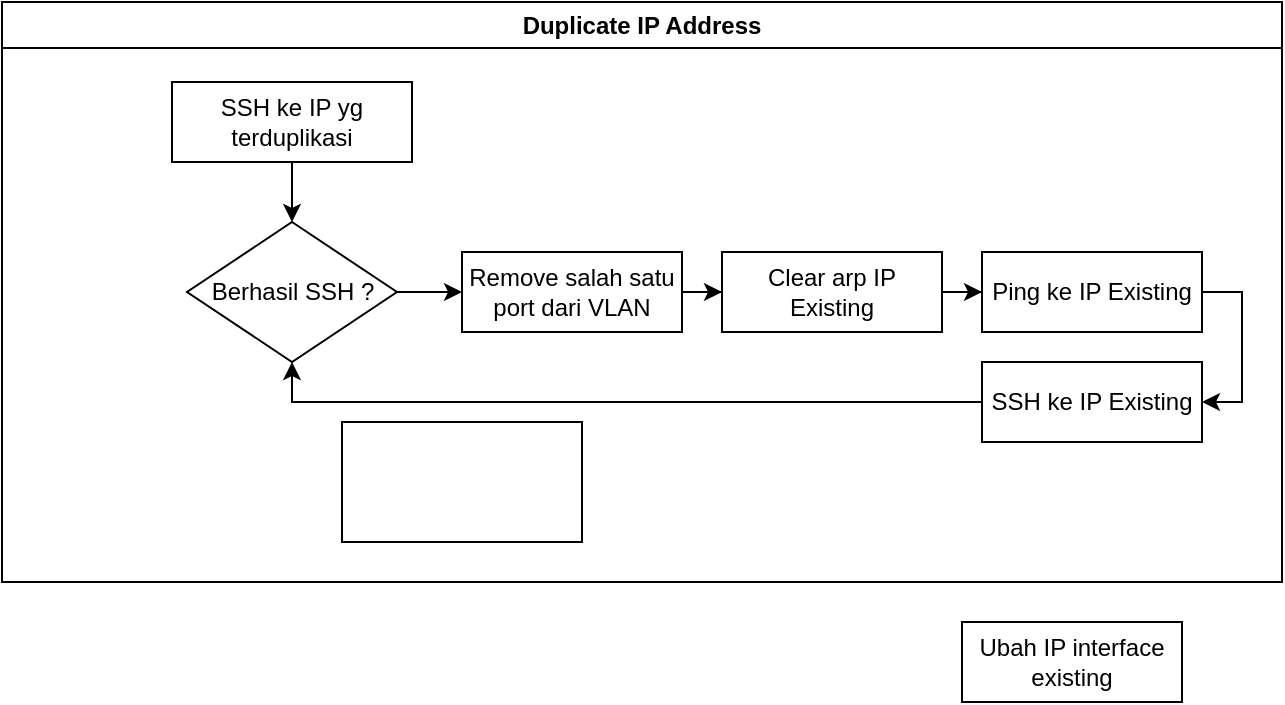
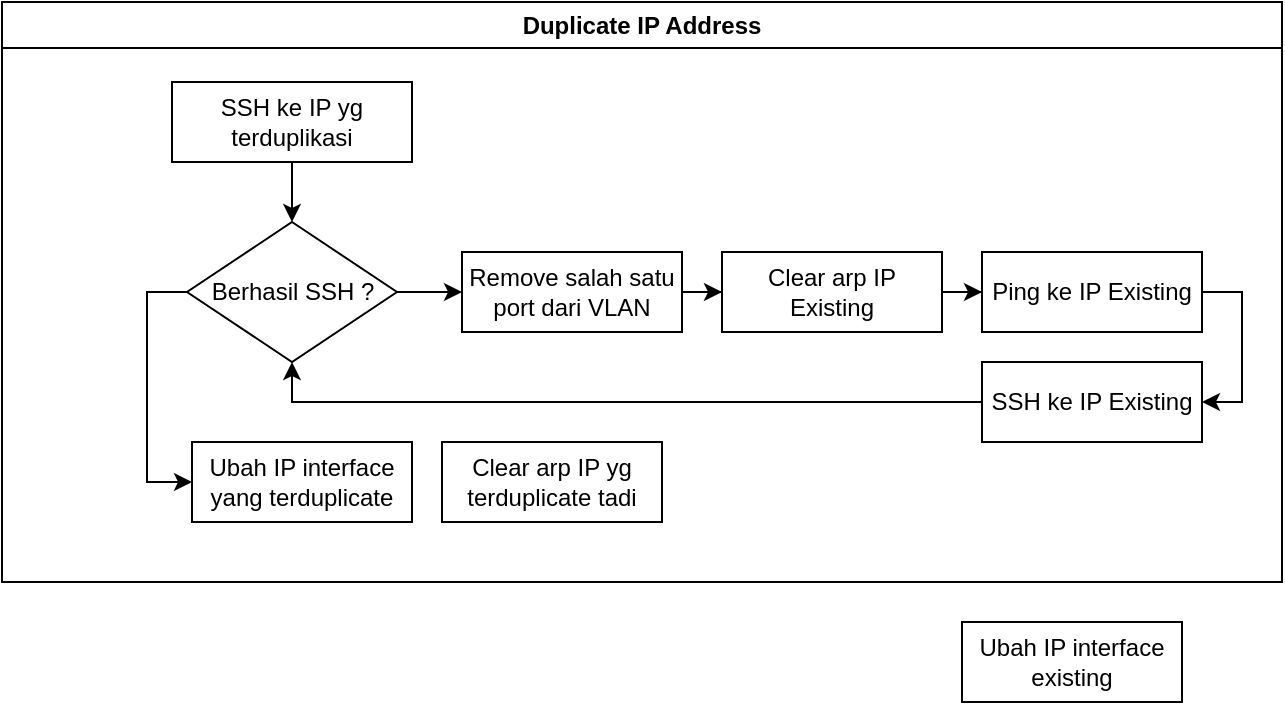
<mxfile host="app.diagrams.net" pages="2">
-   <diagram id="IqfTy9Qa5XRMRrwgn1kL" name="Page-2">
+   <diagram id="IqfTy9Qa5XRMRrwgn1kL" name="Duplicate IP">
    <mxGraphModel dx="363" dy="453" grid="1" gridSize="10" guides="1" tooltips="1" connect="1" arrows="1" fold="1" page="1" pageScale="1" pageWidth="850" pageHeight="1100" math="0" shadow="0">
      <root>
        <mxCell id="0" />
        <mxCell id="1" parent="0" />
        <mxCell id="Bbwd89mPKZ276QW8u6vw-1" parent="1" style="swimlane;whiteSpace=wrap;html=1;" value="Duplicate IP Address" vertex="1">
          <mxGeometry height="290" width="640" x="450" y="30" as="geometry" />
        </mxCell>
        <mxCell id="Bbwd89mPKZ276QW8u6vw-9" edge="1" parent="Bbwd89mPKZ276QW8u6vw-1" source="Bbwd89mPKZ276QW8u6vw-3" style="edgeStyle=orthogonalEdgeStyle;rounded=0;orthogonalLoop=1;jettySize=auto;html=1;" target="Bbwd89mPKZ276QW8u6vw-6" value="">
          <mxGeometry relative="1" as="geometry" />
        </mxCell>
        <mxCell id="Bbwd89mPKZ276QW8u6vw-3" parent="Bbwd89mPKZ276QW8u6vw-1" style="rounded=0;whiteSpace=wrap;html=1;" value="SSH ke IP yg terduplikasi" vertex="1">
          <mxGeometry height="40" width="120" x="85" y="40" as="geometry" />
        </mxCell>
        <mxCell id="Bbwd89mPKZ276QW8u6vw-8" edge="1" parent="Bbwd89mPKZ276QW8u6vw-1" source="Bbwd89mPKZ276QW8u6vw-6" style="edgeStyle=orthogonalEdgeStyle;rounded=0;orthogonalLoop=1;jettySize=auto;html=1;" target="Bbwd89mPKZ276QW8u6vw-7" value="">
          <mxGeometry relative="1" as="geometry" />
        </mxCell>
+         <mxCell id="Bbwd89mPKZ276QW8u6vw-24" edge="1" parent="Bbwd89mPKZ276QW8u6vw-1" source="Bbwd89mPKZ276QW8u6vw-6" style="edgeStyle=orthogonalEdgeStyle;rounded=0;orthogonalLoop=1;jettySize=auto;html=1;exitX=0;exitY=0.5;exitDx=0;exitDy=0;entryX=0;entryY=0.5;entryDx=0;entryDy=0;" target="Bbwd89mPKZ276QW8u6vw-23">
+           <mxGeometry relative="1" as="geometry" />
+         </mxCell>
        <mxCell id="Bbwd89mPKZ276QW8u6vw-6" parent="Bbwd89mPKZ276QW8u6vw-1" style="rhombus;whiteSpace=wrap;html=1;" value="Berhasil SSH ?" vertex="1">
          <mxGeometry height="70" width="105" x="92.5" y="110" as="geometry" />
        </mxCell>
        <mxCell id="Bbwd89mPKZ276QW8u6vw-13" edge="1" parent="Bbwd89mPKZ276QW8u6vw-1" source="Bbwd89mPKZ276QW8u6vw-7" style="edgeStyle=orthogonalEdgeStyle;rounded=0;orthogonalLoop=1;jettySize=auto;html=1;" target="Bbwd89mPKZ276QW8u6vw-11" value="">
          <mxGeometry relative="1" as="geometry" />
        </mxCell>
        <mxCell id="Bbwd89mPKZ276QW8u6vw-7" parent="Bbwd89mPKZ276QW8u6vw-1" style="rounded=0;whiteSpace=wrap;html=1;" value="Remove salah satu port dari VLAN" vertex="1">
          <mxGeometry height="40" width="110" x="230" y="125" as="geometry" />
        </mxCell>
        <mxCell id="Bbwd89mPKZ276QW8u6vw-11" parent="Bbwd89mPKZ276QW8u6vw-1" style="rounded=0;whiteSpace=wrap;html=1;" value="Clear arp IP Existing" vertex="1">
          <mxGeometry height="40" width="110" x="360" y="125" as="geometry" />
        </mxCell>
        <mxCell id="Bbwd89mPKZ276QW8u6vw-21" edge="1" parent="Bbwd89mPKZ276QW8u6vw-1" source="Bbwd89mPKZ276QW8u6vw-15" style="edgeStyle=orthogonalEdgeStyle;rounded=0;orthogonalLoop=1;jettySize=auto;html=1;exitX=0;exitY=0.5;exitDx=0;exitDy=0;entryX=0.5;entryY=1;entryDx=0;entryDy=0;" target="Bbwd89mPKZ276QW8u6vw-6">
          <mxGeometry relative="1" as="geometry" />
        </mxCell>
        <mxCell id="Bbwd89mPKZ276QW8u6vw-15" parent="Bbwd89mPKZ276QW8u6vw-1" style="rounded=0;whiteSpace=wrap;html=1;" value="SSH ke IP Existing" vertex="1">
          <mxGeometry height="40" width="110" x="490" y="180" as="geometry" />
        </mxCell>
-         <mxCell id="Bbwd89mPKZ276QW8u6vw-22" parent="Bbwd89mPKZ276QW8u6vw-1" style="rounded=0;whiteSpace=wrap;html=1;" value="" vertex="1">
-           <mxGeometry height="60" width="120" x="170" y="210" as="geometry" />
+         <mxCell id="Bbwd89mPKZ276QW8u6vw-23" parent="Bbwd89mPKZ276QW8u6vw-1" style="rounded=0;whiteSpace=wrap;html=1;" value="Ubah IP interface yang terduplicate" vertex="1">
+           <mxGeometry height="40" width="110" x="95" y="220" as="geometry" />
+         </mxCell>
+         <mxCell id="Bbwd89mPKZ276QW8u6vw-26" parent="Bbwd89mPKZ276QW8u6vw-1" style="rounded=0;whiteSpace=wrap;html=1;" value="Clear arp IP yg terduplicate tadi" vertex="1">
+           <mxGeometry height="40" width="110" x="220" y="220" as="geometry" />
        </mxCell>
        <mxCell id="Bbwd89mPKZ276QW8u6vw-19" edge="1" parent="1" source="Bbwd89mPKZ276QW8u6vw-12" style="edgeStyle=orthogonalEdgeStyle;rounded=0;orthogonalLoop=1;jettySize=auto;html=1;exitX=1;exitY=0.5;exitDx=0;exitDy=0;entryX=1;entryY=0.5;entryDx=0;entryDy=0;" target="Bbwd89mPKZ276QW8u6vw-15">
          <mxGeometry relative="1" as="geometry" />
        </mxCell>
        <mxCell id="Bbwd89mPKZ276QW8u6vw-12" parent="1" style="rounded=0;whiteSpace=wrap;html=1;" value="Ping ke IP Existing" vertex="1">
          <mxGeometry height="40" width="110" x="940" y="155" as="geometry" />
        </mxCell>
        <mxCell id="Bbwd89mPKZ276QW8u6vw-14" edge="1" parent="1" source="Bbwd89mPKZ276QW8u6vw-11" style="edgeStyle=orthogonalEdgeStyle;rounded=0;orthogonalLoop=1;jettySize=auto;html=1;" target="Bbwd89mPKZ276QW8u6vw-12" value="">
          <mxGeometry relative="1" as="geometry" />
        </mxCell>
        <mxCell id="Bbwd89mPKZ276QW8u6vw-18" parent="1" style="rounded=0;whiteSpace=wrap;html=1;" value="Ubah IP interface existing" vertex="1">
          <mxGeometry height="40" width="110" x="930" y="340" as="geometry" />
        </mxCell>
      </root>
    </mxGraphModel>
  </diagram>
-   <diagram name="Page-1" id="9vhfLtuUu_MpJ2AiOVXD">
-     <mxGraphModel dx="1190" dy="906" grid="1" gridSize="10" guides="1" tooltips="1" connect="1" arrows="1" fold="1" page="1" pageScale="1" pageWidth="850" pageHeight="1100" math="0" shadow="0">
+   <diagram name="Checklink Problem" id="9vhfLtuUu_MpJ2AiOVXD">
+     <mxGraphModel dx="726" dy="906" grid="1" gridSize="10" guides="1" tooltips="1" connect="1" arrows="1" fold="1" page="1" pageScale="1" pageWidth="850" pageHeight="1100" math="0" shadow="0">
      <root>
        <mxCell id="0" />
        <mxCell id="1" parent="0" />
        <mxCell id="pEuGeytKHn6pjW4NDgE5-2" parent="1" style="swimlane;whiteSpace=wrap;html=1;" value="Checklink Problem" vertex="1">
          <mxGeometry height="350" width="540" x="10" y="10" as="geometry" />
        </mxCell>
        <mxCell id="P1elN6ceBegf7L-zKAY9-7" edge="1" parent="pEuGeytKHn6pjW4NDgE5-2" source="P1elN6ceBegf7L-zKAY9-3" style="edgeStyle=orthogonalEdgeStyle;rounded=0;orthogonalLoop=1;jettySize=auto;html=1;exitX=0.5;exitY=1;exitDx=0;exitDy=0;entryX=0.5;entryY=0;entryDx=0;entryDy=0;" target="P1elN6ceBegf7L-zKAY9-6">
          <mxGeometry relative="1" as="geometry" />
        </mxCell>
        <mxCell id="P1elN6ceBegf7L-zKAY9-3" parent="pEuGeytKHn6pjW4NDgE5-2" style="ellipse;whiteSpace=wrap;html=1;" value="Link Intermitten" vertex="1">
          <mxGeometry height="40" width="120" x="210" y="40" as="geometry" />
        </mxCell>
        <mxCell id="v4keN2X_tolYOajlrL1v-25" edge="1" parent="pEuGeytKHn6pjW4NDgE5-2" source="P1elN6ceBegf7L-zKAY9-6" style="edgeStyle=orthogonalEdgeStyle;rounded=0;orthogonalLoop=1;jettySize=auto;html=1;exitX=0.5;exitY=1;exitDx=0;exitDy=0;entryX=0.5;entryY=0;entryDx=0;entryDy=0;" target="v4keN2X_tolYOajlrL1v-22">
          <mxGeometry relative="1" as="geometry" />
        </mxCell>
        <mxCell id="v4keN2X_tolYOajlrL1v-26" edge="1" parent="pEuGeytKHn6pjW4NDgE5-2" source="P1elN6ceBegf7L-zKAY9-6" style="edgeStyle=orthogonalEdgeStyle;rounded=0;orthogonalLoop=1;jettySize=auto;html=1;exitX=0.5;exitY=1;exitDx=0;exitDy=0;entryX=0.5;entryY=0;entryDx=0;entryDy=0;" target="v4keN2X_tolYOajlrL1v-23">
          <mxGeometry relative="1" as="geometry" />
        </mxCell>
        <mxCell id="v4keN2X_tolYOajlrL1v-27" edge="1" parent="pEuGeytKHn6pjW4NDgE5-2" source="P1elN6ceBegf7L-zKAY9-6" style="edgeStyle=orthogonalEdgeStyle;rounded=0;orthogonalLoop=1;jettySize=auto;html=1;exitX=0.5;exitY=1;exitDx=0;exitDy=0;" target="v4keN2X_tolYOajlrL1v-24">
          <mxGeometry relative="1" as="geometry" />
        </mxCell>
        <mxCell id="P1elN6ceBegf7L-zKAY9-6" parent="pEuGeytKHn6pjW4NDgE5-2" style="rhombus;whiteSpace=wrap;html=1;" value="Jenis router cabang ?" vertex="1">
          <mxGeometry height="60" width="165" x="187.5" y="120" as="geometry" />
        </mxCell>
        <mxCell id="v4keN2X_tolYOajlrL1v-22" parent="pEuGeytKHn6pjW4NDgE5-2" style="shape=process;whiteSpace=wrap;html=1;backgroundOutline=1;" value="WAN Conventional" vertex="1">
          <mxGeometry height="60" width="120" x="52" y="240" as="geometry" />
        </mxCell>
        <mxCell id="v4keN2X_tolYOajlrL1v-23" parent="pEuGeytKHn6pjW4NDgE5-2" style="shape=process;whiteSpace=wrap;html=1;backgroundOutline=1;" value="SDWAN Cisco" vertex="1">
          <mxGeometry height="60" width="120" x="209.5" y="240" as="geometry" />
        </mxCell>
        <mxCell id="v4keN2X_tolYOajlrL1v-24" parent="pEuGeytKHn6pjW4NDgE5-2" style="shape=process;whiteSpace=wrap;html=1;backgroundOutline=1;" value="SDWAN Fortinet" vertex="1">
          <mxGeometry height="60" width="120" x="363" y="240" as="geometry" />
        </mxCell>
        <mxCell id="TYqNpPFM6TGwHHhuPpuI-11" parent="1" style="swimlane;whiteSpace=wrap;html=1;" value="WAN Conventional" vertex="1">
          <mxGeometry height="600" width="1250" x="670" y="90" as="geometry" />
        </mxCell>
        <mxCell id="v4keN2X_tolYOajlrL1v-10" edge="1" parent="TYqNpPFM6TGwHHhuPpuI-11" source="TYqNpPFM6TGwHHhuPpuI-12" style="edgeStyle=orthogonalEdgeStyle;rounded=0;orthogonalLoop=1;jettySize=auto;html=1;exitX=0.5;exitY=1;exitDx=0;exitDy=0;entryX=0.5;entryY=0;entryDx=0;entryDy=0;" target="v4keN2X_tolYOajlrL1v-9">
          <mxGeometry relative="1" as="geometry" />
        </mxCell>
        <mxCell id="TYqNpPFM6TGwHHhuPpuI-12" parent="TYqNpPFM6TGwHHhuPpuI-11" style="rounded=0;whiteSpace=wrap;html=1;" value="Login ke perangkat cabang" vertex="1">
          <mxGeometry height="40" width="120" x="220" y="40" as="geometry" />
        </mxCell>
        <mxCell id="v4keN2X_tolYOajlrL1v-7" edge="1" parent="TYqNpPFM6TGwHHhuPpuI-11" source="v4keN2X_tolYOajlrL1v-5" style="edgeStyle=orthogonalEdgeStyle;rounded=0;orthogonalLoop=1;jettySize=auto;html=1;exitX=0.5;exitY=1;exitDx=0;exitDy=0;" target="pmmJg_nAHrXnhT2FHE6J-1">
          <mxGeometry relative="1" as="geometry" />
        </mxCell>
        <mxCell id="v4keN2X_tolYOajlrL1v-5" parent="TYqNpPFM6TGwHHhuPpuI-11" style="rounded=0;whiteSpace=wrap;html=1;" value="Identifikasi jenis koneksi WAN" vertex="1">
          <mxGeometry height="40" width="120" x="220" y="300" as="geometry" />
        </mxCell>
        <mxCell id="v4keN2X_tolYOajlrL1v-15" edge="1" parent="TYqNpPFM6TGwHHhuPpuI-11" source="pmmJg_nAHrXnhT2FHE6J-1" style="edgeStyle=orthogonalEdgeStyle;rounded=0;orthogonalLoop=1;jettySize=auto;html=1;exitX=1;exitY=0.5;exitDx=0;exitDy=0;entryX=0;entryY=0.5;entryDx=0;entryDy=0;" target="v4keN2X_tolYOajlrL1v-14">
          <mxGeometry relative="1" as="geometry" />
        </mxCell>
        <mxCell id="pmmJg_nAHrXnhT2FHE6J-1" parent="TYqNpPFM6TGwHHhuPpuI-11" style="rhombus;whiteSpace=wrap;html=1;" value="MPLS/Metro-E ?" vertex="1">
          <mxGeometry height="80" width="110" x="225" y="370" as="geometry" />
        </mxCell>
        <mxCell id="v4keN2X_tolYOajlrL1v-11" edge="1" parent="TYqNpPFM6TGwHHhuPpuI-11" source="v4keN2X_tolYOajlrL1v-9" style="edgeStyle=orthogonalEdgeStyle;rounded=0;orthogonalLoop=1;jettySize=auto;html=1;exitX=0.5;exitY=1;exitDx=0;exitDy=0;entryX=0.5;entryY=0;entryDx=0;entryDy=0;" target="TYqNpPFM6TGwHHhuPpuI-13">
          <mxGeometry relative="1" as="geometry" />
        </mxCell>
        <mxCell id="v4keN2X_tolYOajlrL1v-9" parent="TYqNpPFM6TGwHHhuPpuI-11" style="rounded=0;whiteSpace=wrap;html=1;" value="Cek BGP Summary" vertex="1">
          <mxGeometry height="40" width="120" x="220" y="110" as="geometry" />
        </mxCell>
        <mxCell id="v4keN2X_tolYOajlrL1v-12" edge="1" parent="TYqNpPFM6TGwHHhuPpuI-11" source="TYqNpPFM6TGwHHhuPpuI-13" style="edgeStyle=orthogonalEdgeStyle;rounded=0;orthogonalLoop=1;jettySize=auto;html=1;exitX=0.5;exitY=1;exitDx=0;exitDy=0;entryX=0.5;entryY=0;entryDx=0;entryDy=0;" target="v4keN2X_tolYOajlrL1v-5">
          <mxGeometry relative="1" as="geometry" />
        </mxCell>
        <mxCell id="TYqNpPFM6TGwHHhuPpuI-13" parent="TYqNpPFM6TGwHHhuPpuI-11" style="rhombus;whiteSpace=wrap;html=1;" value="BGP Summary lengkap ?" vertex="1">
          <mxGeometry height="90" width="120" x="220" y="180" as="geometry" />
        </mxCell>
        <mxCell id="v4keN2X_tolYOajlrL1v-4" edge="1" parent="TYqNpPFM6TGwHHhuPpuI-11" style="edgeStyle=orthogonalEdgeStyle;rounded=0;orthogonalLoop=1;jettySize=auto;html=1;" target="v4keN2X_tolYOajlrL1v-3" value="">
          <mxGeometry relative="1" as="geometry">
            <mxPoint x="560" y="320" as="sourcePoint" />
          </mxGeometry>
        </mxCell>
        <mxCell id="v4keN2X_tolYOajlrL1v-17" edge="1" parent="TYqNpPFM6TGwHHhuPpuI-11" source="v4keN2X_tolYOajlrL1v-14" style="edgeStyle=orthogonalEdgeStyle;rounded=0;orthogonalLoop=1;jettySize=auto;html=1;exitX=1;exitY=0.5;exitDx=0;exitDy=0;entryX=0;entryY=0.5;entryDx=0;entryDy=0;" target="v4keN2X_tolYOajlrL1v-16">
          <mxGeometry relative="1" as="geometry" />
        </mxCell>
        <mxCell id="v4keN2X_tolYOajlrL1v-14" parent="TYqNpPFM6TGwHHhuPpuI-11" style="rounded=0;whiteSpace=wrap;html=1;" value="Cek konfigurasi BGP" vertex="1">
          <mxGeometry height="40" width="120" x="370" y="390" as="geometry" />
        </mxCell>
        <mxCell id="v4keN2X_tolYOajlrL1v-20" edge="1" parent="TYqNpPFM6TGwHHhuPpuI-11" source="v4keN2X_tolYOajlrL1v-16" style="edgeStyle=orthogonalEdgeStyle;rounded=0;orthogonalLoop=1;jettySize=auto;html=1;exitX=0.5;exitY=1;exitDx=0;exitDy=0;entryX=0.5;entryY=0;entryDx=0;entryDy=0;" target="v4keN2X_tolYOajlrL1v-19">
          <mxGeometry relative="1" as="geometry" />
        </mxCell>
        <mxCell id="v4keN2X_tolYOajlrL1v-16" parent="TYqNpPFM6TGwHHhuPpuI-11" style="rhombus;whiteSpace=wrap;html=1;" value="IP Underlay, Overlay, &amp;amp; Router neighbor ada ?&amp;nbsp;" vertex="1">
          <mxGeometry height="80" width="110" x="530" y="370" as="geometry" />
        </mxCell>
        <mxCell id="v4keN2X_tolYOajlrL1v-19" parent="TYqNpPFM6TGwHHhuPpuI-11" style="rounded=0;whiteSpace=wrap;html=1;" value="Daftarkan neighbor yg belum ada" vertex="1">
          <mxGeometry height="40" width="120" x="525" y="470" as="geometry" />
        </mxCell>
        <mxCell id="TYqNpPFM6TGwHHhuPpuI-65" parent="1" style="swimlane;whiteSpace=wrap;html=1;" value="Pengecekan Sisi Cabang" vertex="1">
          <mxGeometry height="560" width="540" x="10" y="420" as="geometry" />
        </mxCell>
        <mxCell id="fYS8cTILx4h1H9qz6oxb-3" edge="1" parent="TYqNpPFM6TGwHHhuPpuI-65" source="fYS8cTILx4h1H9qz6oxb-1" style="edgeStyle=orthogonalEdgeStyle;rounded=0;orthogonalLoop=1;jettySize=auto;html=1;" target="fYS8cTILx4h1H9qz6oxb-2" value="">
          <mxGeometry relative="1" as="geometry" />
        </mxCell>
        <mxCell id="fYS8cTILx4h1H9qz6oxb-1" parent="TYqNpPFM6TGwHHhuPpuI-65" style="rounded=0;whiteSpace=wrap;html=1;" value="Pemeriksaan layer 1" vertex="1">
          <mxGeometry height="30" width="120" x="210" y="40" as="geometry" />
        </mxCell>
        <mxCell id="fYS8cTILx4h1H9qz6oxb-5" edge="1" parent="TYqNpPFM6TGwHHhuPpuI-65" source="fYS8cTILx4h1H9qz6oxb-2" style="edgeStyle=orthogonalEdgeStyle;rounded=0;orthogonalLoop=1;jettySize=auto;html=1;" target="fYS8cTILx4h1H9qz6oxb-4" value="">
          <mxGeometry relative="1" as="geometry" />
        </mxCell>
        <mxCell id="fYS8cTILx4h1H9qz6oxb-7" edge="1" parent="TYqNpPFM6TGwHHhuPpuI-65" source="fYS8cTILx4h1H9qz6oxb-2" style="edgeStyle=orthogonalEdgeStyle;rounded=0;orthogonalLoop=1;jettySize=auto;html=1;" target="fYS8cTILx4h1H9qz6oxb-6" value="">
          <mxGeometry relative="1" as="geometry" />
        </mxCell>
        <mxCell id="fYS8cTILx4h1H9qz6oxb-2" parent="TYqNpPFM6TGwHHhuPpuI-65" style="rhombus;whiteSpace=wrap;html=1;" value="Angka statistik interface tinggi ?" vertex="1">
          <mxGeometry height="90" width="120" x="210" y="110" as="geometry" />
        </mxCell>
        <mxCell id="fYS8cTILx4h1H9qz6oxb-4" parent="TYqNpPFM6TGwHHhuPpuI-65" style="rounded=0;whiteSpace=wrap;html=1;" value="Hubungi SOW untuk pengecekan kabel fisik" vertex="1">
          <mxGeometry height="45" width="120" x="380" y="132.5" as="geometry" />
        </mxCell>
        <mxCell id="fYS8cTILx4h1H9qz6oxb-6" parent="TYqNpPFM6TGwHHhuPpuI-65" style="rounded=0;whiteSpace=wrap;html=1;" value="Pemeriksaan layer 2" vertex="1">
          <mxGeometry height="30" width="120" x="210" y="230" as="geometry" />
        </mxCell>
        <mxCell id="fYS8cTILx4h1H9qz6oxb-8" parent="TYqNpPFM6TGwHHhuPpuI-65" style="rounded=0;whiteSpace=wrap;html=1;" value="Pemeriksaan layer 3" vertex="1">
          <mxGeometry height="30" width="120" x="210" y="310" as="geometry" />
        </mxCell>
        <mxCell id="fYS8cTILx4h1H9qz6oxb-11" parent="TYqNpPFM6TGwHHhuPpuI-65" style="rounded=0;whiteSpace=wrap;html=1;" value="Ubah ip sesuai data tabel" vertex="1">
          <mxGeometry height="30" width="120" x="380" y="395" as="geometry" />
        </mxCell>
        <mxCell id="fYS8cTILx4h1H9qz6oxb-12" edge="1" parent="TYqNpPFM6TGwHHhuPpuI-65" source="fYS8cTILx4h1H9qz6oxb-9" style="edgeStyle=orthogonalEdgeStyle;rounded=0;orthogonalLoop=1;jettySize=auto;html=1;" target="fYS8cTILx4h1H9qz6oxb-11" value="">
          <mxGeometry relative="1" as="geometry" />
        </mxCell>
        <mxCell id="pmmJg_nAHrXnhT2FHE6J-10" edge="1" parent="TYqNpPFM6TGwHHhuPpuI-65" source="fYS8cTILx4h1H9qz6oxb-9" style="edgeStyle=orthogonalEdgeStyle;rounded=0;orthogonalLoop=1;jettySize=auto;html=1;exitX=0.5;exitY=1;exitDx=0;exitDy=0;entryX=0.5;entryY=0;entryDx=0;entryDy=0;" target="pmmJg_nAHrXnhT2FHE6J-9">
          <mxGeometry relative="1" as="geometry" />
        </mxCell>
        <mxCell id="fYS8cTILx4h1H9qz6oxb-9" parent="TYqNpPFM6TGwHHhuPpuI-65" style="rhombus;whiteSpace=wrap;html=1;" value="Terdapat perubahan ip di int link provider ?" vertex="1">
          <mxGeometry height="80" width="125" x="207.5" y="370" as="geometry" />
        </mxCell>
        <mxCell id="fYS8cTILx4h1H9qz6oxb-10" edge="1" parent="TYqNpPFM6TGwHHhuPpuI-65" source="fYS8cTILx4h1H9qz6oxb-8" style="edgeStyle=orthogonalEdgeStyle;rounded=0;orthogonalLoop=1;jettySize=auto;html=1;" target="fYS8cTILx4h1H9qz6oxb-9" value="">
          <mxGeometry relative="1" as="geometry" />
        </mxCell>
        <mxCell id="pmmJg_nAHrXnhT2FHE6J-9" parent="TYqNpPFM6TGwHHhuPpuI-65" style="rounded=0;whiteSpace=wrap;html=1;" value="Cek konfigurasi route-map &amp;amp; prefix-list" vertex="1">
          <mxGeometry height="30" width="130" x="205" y="480" as="geometry" />
        </mxCell>
        <mxCell id="TYqNpPFM6TGwHHhuPpuI-23" edge="1" parent="1" source="TYqNpPFM6TGwHHhuPpuI-19" style="edgeStyle=orthogonalEdgeStyle;rounded=0;orthogonalLoop=1;jettySize=auto;html=1;" target="TYqNpPFM6TGwHHhuPpuI-22" value="">
          <mxGeometry relative="1" as="geometry" />
        </mxCell>
        <mxCell id="TYqNpPFM6TGwHHhuPpuI-34" edge="1" parent="1" source="TYqNpPFM6TGwHHhuPpuI-19" style="edgeStyle=orthogonalEdgeStyle;rounded=0;orthogonalLoop=1;jettySize=auto;html=1;exitX=0;exitY=0.5;exitDx=0;exitDy=0;entryX=1;entryY=0.5;entryDx=0;entryDy=0;" target="TYqNpPFM6TGwHHhuPpuI-33">
          <mxGeometry relative="1" as="geometry" />
        </mxCell>
        <mxCell id="TYqNpPFM6TGwHHhuPpuI-19" parent="1" style="rhombus;whiteSpace=wrap;html=1;" value="Koneksi cabang dan Provider Edge baik ?" vertex="1">
          <mxGeometry height="90" width="120" x="1359" y="802" as="geometry" />
        </mxCell>
        <mxCell id="TYqNpPFM6TGwHHhuPpuI-22" parent="1" style="rhombus;whiteSpace=wrap;html=1;" value="Koneksi PE di DC dan IPsec baik ?" vertex="1">
          <mxGeometry height="90" width="120" x="1529" y="802" as="geometry" />
        </mxCell>
        <mxCell id="TYqNpPFM6TGwHHhuPpuI-24" parent="1" style="rounded=0;whiteSpace=wrap;html=1;" value="Follow up ke Provider" vertex="1">
          <mxGeometry height="40" width="130" x="1524" y="922" as="geometry" />
        </mxCell>
        <mxCell id="TYqNpPFM6TGwHHhuPpuI-25" edge="1" parent="1" source="TYqNpPFM6TGwHHhuPpuI-22" style="edgeStyle=orthogonalEdgeStyle;rounded=0;orthogonalLoop=1;jettySize=auto;html=1;exitX=0.5;exitY=1;exitDx=0;exitDy=0;entryX=0.5;entryY=0;entryDx=0;entryDy=0;" target="TYqNpPFM6TGwHHhuPpuI-24">
          <mxGeometry relative="1" as="geometry" />
        </mxCell>
        <mxCell id="pmmJg_nAHrXnhT2FHE6J-8" edge="1" parent="1" source="TYqNpPFM6TGwHHhuPpuI-26" style="edgeStyle=orthogonalEdgeStyle;rounded=0;orthogonalLoop=1;jettySize=auto;html=1;exitX=1;exitY=0.5;exitDx=0;exitDy=0;entryX=0;entryY=0.5;entryDx=0;entryDy=0;" target="pmmJg_nAHrXnhT2FHE6J-7">
          <mxGeometry relative="1" as="geometry" />
        </mxCell>
        <mxCell id="TYqNpPFM6TGwHHhuPpuI-26" parent="1" style="rhombus;whiteSpace=wrap;html=1;" value="Koneksi tunnel DC ke cabang baik ?" vertex="1">
          <mxGeometry height="90" width="120" x="1689" y="802" as="geometry" />
        </mxCell>
        <mxCell id="TYqNpPFM6TGwHHhuPpuI-27" edge="1" parent="1" source="TYqNpPFM6TGwHHhuPpuI-22" style="edgeStyle=orthogonalEdgeStyle;rounded=0;orthogonalLoop=1;jettySize=auto;html=1;" target="TYqNpPFM6TGwHHhuPpuI-26" value="">
          <mxGeometry relative="1" as="geometry" />
        </mxCell>
        <mxCell id="TYqNpPFM6TGwHHhuPpuI-28" parent="1" style="rounded=0;whiteSpace=wrap;html=1;" value="Cek Konfigurasi Tunnel" vertex="1">
          <mxGeometry height="40" width="130" x="1684" y="922" as="geometry" />
        </mxCell>
        <mxCell id="TYqNpPFM6TGwHHhuPpuI-29" edge="1" parent="1" source="TYqNpPFM6TGwHHhuPpuI-26" style="edgeStyle=orthogonalEdgeStyle;rounded=0;orthogonalLoop=1;jettySize=auto;html=1;exitX=0.5;exitY=1;exitDx=0;exitDy=0;entryX=0.5;entryY=0;entryDx=0;entryDy=0;" target="TYqNpPFM6TGwHHhuPpuI-28">
          <mxGeometry relative="1" as="geometry" />
        </mxCell>
        <mxCell id="TYqNpPFM6TGwHHhuPpuI-37" parent="1" style="text;html=1;whiteSpace=wrap;strokeColor=none;fillColor=none;align=center;verticalAlign=middle;rounded=0;" value="status bgp active/idle" vertex="1">
          <mxGeometry height="20" width="97" x="1427" y="772" as="geometry" />
        </mxCell>
        <mxCell id="TYqNpPFM6TGwHHhuPpuI-38" parent="1" style="text;html=1;whiteSpace=wrap;strokeColor=none;fillColor=none;align=center;verticalAlign=middle;rounded=0;" value="Tidak" vertex="1">
          <mxGeometry height="20" width="50" x="1309" y="832" as="geometry" />
        </mxCell>
        <mxCell id="TYqNpPFM6TGwHHhuPpuI-40" parent="1" style="text;html=1;whiteSpace=wrap;strokeColor=none;fillColor=none;align=center;verticalAlign=middle;rounded=0;" value="Ya" vertex="1">
          <mxGeometry height="20" width="50" x="1469" y="830" as="geometry" />
        </mxCell>
        <mxCell id="TYqNpPFM6TGwHHhuPpuI-41" parent="1" style="text;html=1;whiteSpace=wrap;strokeColor=none;fillColor=none;align=center;verticalAlign=middle;rounded=0;" value="Ya" vertex="1">
          <mxGeometry height="20" width="50" x="1639" y="830" as="geometry" />
        </mxCell>
        <mxCell id="TYqNpPFM6TGwHHhuPpuI-33" parent="1" style="shape=process;whiteSpace=wrap;html=1;backgroundOutline=1;" value="Pengecekan sisi Cabang" vertex="1">
          <mxGeometry height="60" width="120" x="1169" y="817" as="geometry" />
        </mxCell>
        <mxCell id="pmmJg_nAHrXnhT2FHE6J-7" parent="1" style="ellipse;whiteSpace=wrap;html=1;" value="Selesai" vertex="1">
          <mxGeometry height="40" width="70" x="1859" y="827" as="geometry" />
        </mxCell>
        <mxCell id="v4keN2X_tolYOajlrL1v-21" parent="1" style="text;html=1;whiteSpace=wrap;strokeColor=none;fillColor=none;align=center;verticalAlign=middle;rounded=0;" value="Metro" vertex="1">
          <mxGeometry height="30" width="60" x="970" y="450" as="geometry" />
        </mxCell>
      </root>
    </mxGraphModel>
  </diagram>
</mxfile>
